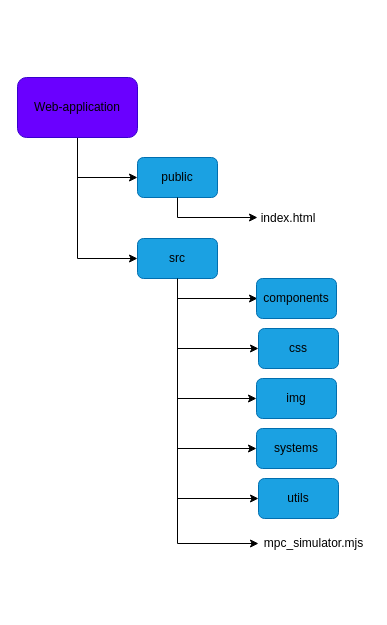
This is fig/web-application-structure.drawio from gotvinne/Light-weight-MPC, a draw.io file, before an edit. Source tidied: cells renumbered, new cells numbered last; positions are measured from the earlier drawing's top-left corner, leaving out a move shared by most shapes. Both pictures are drawn from the tidied source at 100%, with x=0, y=0 at pixel (17, 77).
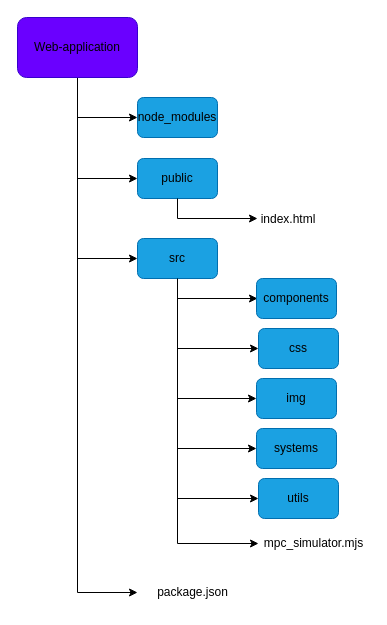
The same page after the edit.

Change to the diagram source:
```diff
@@
     <mxCell id="2" value="&lt;font color=&quot;#000000&quot;&gt;public&lt;/font&gt;" style="rounded=1;whiteSpace=wrap;html=1;fillColor=#1ba1e2;fontColor=#ffffff;strokeColor=#006EAF;" parent="1" vertex="1">
-      <mxGeometry x="120" y="80" width="80" height="40" as="geometry" />
+      <mxGeometry x="120" y="81" width="80" height="40" as="geometry" />
     </mxCell>
     <mxCell id="3" style="endArrow=classic;html=1;rounded=0;exitX=0.5;exitY=1;exitDx=0;exitDy=0;" parent="1" edge="1" source="2">
       <mxGeometry relative="1" as="geometry">
-        <mxPoint x="240" y="140" as="targetPoint" />
+        <mxPoint x="240" y="141" as="targetPoint" />
         <Array as="points">
-          <mxPoint x="160" y="140" />
+          <mxPoint x="160" y="141" />
         </Array>
       </mxGeometry>
     </mxCell>
     <mxCell id="4" value="&lt;div&gt;index.html&lt;/div&gt;" style="text;html=1;strokeColor=none;fillColor=none;align=center;verticalAlign=middle;whiteSpace=wrap;rounded=0;" parent="1" vertex="1">
-      <mxGeometry x="241" y="126" width="60" height="30" as="geometry" />
+      <mxGeometry x="241" y="127" width="60" height="30" as="geometry" />
     </mxCell>
@@
+    <mxCell id="21" style="edgeStyle=orthogonalEdgeStyle;rounded=0;jettySize=auto;html=1;exitX=0.5;exitY=1;exitDx=0;exitDy=0;entryX=0;entryY=0.5;entryDx=0;entryDy=0;" parent="1" edge="1" source="8" target="23">
+      <mxGeometry relative="1" as="geometry" />
+    </mxCell>
+    <mxCell id="22" style="edgeStyle=orthogonalEdgeStyle;rounded=0;jettySize=auto;html=1;exitX=0.5;exitY=1;exitDx=0;exitDy=0;entryX=0;entryY=0.5;entryDx=0;entryDy=0;" parent="1" edge="1" source="8" target="24">
+      <mxGeometry relative="1" as="geometry" />
+    </mxCell>
     <mxCell id="8" value="&lt;font color=&quot;#000000&quot;&gt;Web-application&lt;br&gt;&lt;/font&gt;" style="rounded=1;whiteSpace=wrap;html=1;fillColor=#6a00ff;fontColor=#ffffff;strokeColor=#3700CC;" parent="1" vertex="1">
-      <mxGeometry width="120" height="60" as="geometry" />
+      <mxGeometry y="-60" width="120" height="60" as="geometry" />
     </mxCell>
@@
+    <mxCell id="23" value="&lt;font color=&quot;#000000&quot;&gt;node_modules&lt;/font&gt;" style="rounded=1;whiteSpace=wrap;html=1;fillColor=#1ba1e2;fontColor=#ffffff;strokeColor=#006EAF;" parent="1" vertex="1">
+      <mxGeometry x="120" y="20" width="80" height="40" as="geometry" />
+    </mxCell>
+    <mxCell id="24" value="package.json" style="text;html=1;strokeColor=none;fillColor=none;align=center;verticalAlign=middle;whiteSpace=wrap;rounded=0;" parent="1" vertex="1">
+      <mxGeometry x="120" y="500" width="111" height="30" as="geometry" />
+    </mxCell>
```
